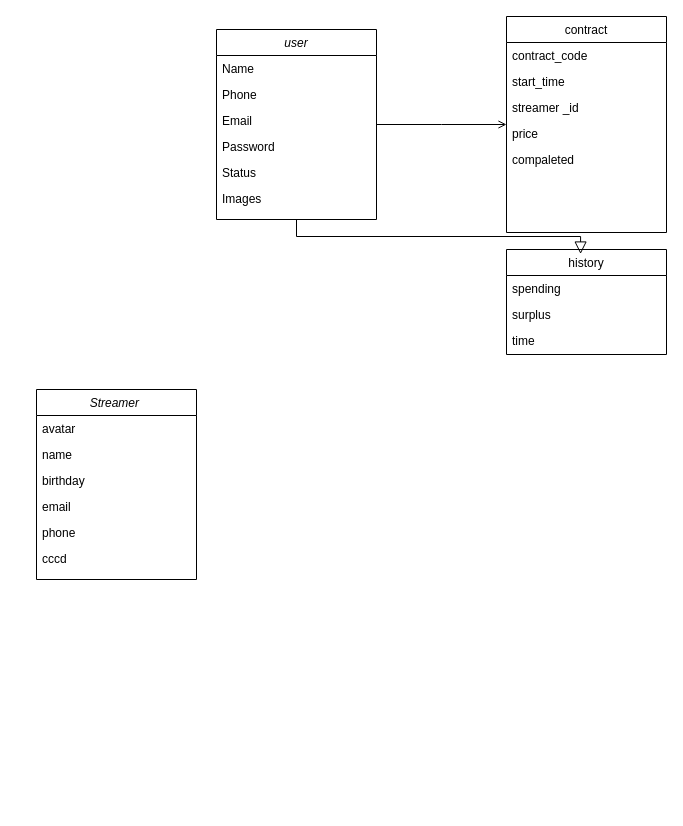
coder-nguoi-tay/admin_tien keeps this draw.io diagram as Untitled Diagram.drawio. Above is the earlier version. Source tidied: cells renumbered, new cells numbered last; positions are measured from the earlier drawing's top-left corner, leaving out a move shared by most shapes. Both pictures are drawn from the tidied source at 100%, with x=0, y=0 at pixel (36, 16).
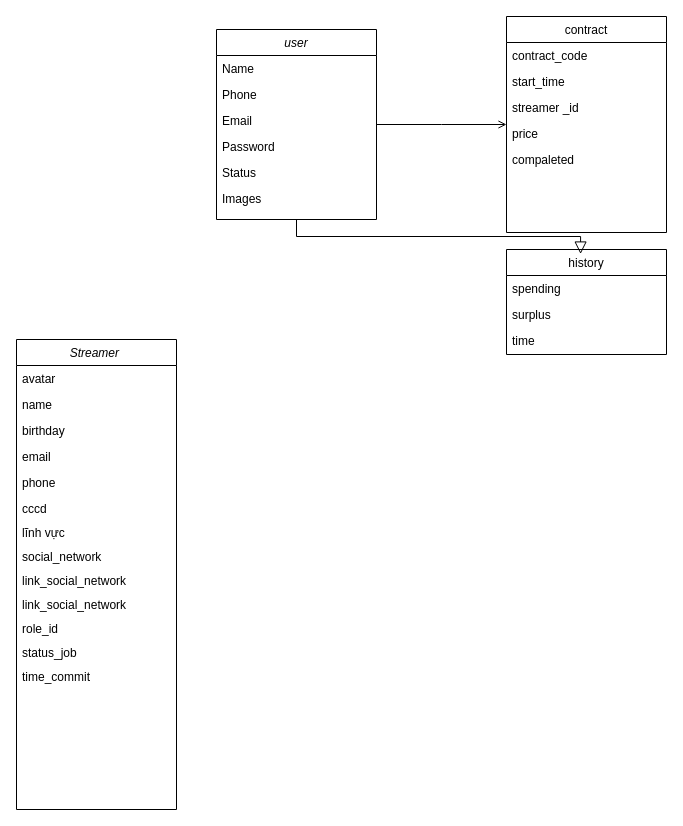
Above is the later version.

Diff of the diagram source:
```diff
@@
     <mxCell id="21" value="Streamer " style="swimlane;fontStyle=2;align=center;verticalAlign=top;horizontal=1;startSize=26;rounded=0;shadow=0;strokeWidth=1;" parent="1" vertex="1">
-      <mxGeometry y="373" width="160" height="190" as="geometry" />
+      <mxGeometry x="-20" y="323" width="160" height="470" as="geometry" />
     </mxCell>
@@
     <mxCell id="27" value="cccd" style="text;align=left;verticalAlign=top;spacingLeft=4;spacingRight=4;overflow=hidden;rounded=0;shadow=0;html=0;" parent="21" vertex="1">
-      <mxGeometry y="156" width="160" height="26" as="geometry" />
+      <mxGeometry y="156" width="160" height="24" as="geometry" />
     </mxCell>
+    <mxCell id="28" value="lĩnh vực" style="text;align=left;verticalAlign=top;spacingLeft=4;spacingRight=4;overflow=hidden;rounded=0;shadow=0;html=0;" parent="21" vertex="1">
+      <mxGeometry y="180" width="160" height="24" as="geometry" />
+    </mxCell>
+    <mxCell id="29" value="social_network" style="text;align=left;verticalAlign=top;spacingLeft=4;spacingRight=4;overflow=hidden;rounded=0;shadow=0;html=0;" parent="21" vertex="1">
+      <mxGeometry y="204" width="160" height="24" as="geometry" />
+    </mxCell>
+    <mxCell id="30" value="link_social_network" style="text;align=left;verticalAlign=top;spacingLeft=4;spacingRight=4;overflow=hidden;rounded=0;shadow=0;html=0;" parent="21" vertex="1">
+      <mxGeometry y="228" width="160" height="24" as="geometry" />
+    </mxCell>
+    <mxCell id="31" value="link_social_network" style="text;align=left;verticalAlign=top;spacingLeft=4;spacingRight=4;overflow=hidden;rounded=0;shadow=0;html=0;" parent="21" vertex="1">
+      <mxGeometry y="252" width="160" height="24" as="geometry" />
+    </mxCell>
+    <mxCell id="32" value="role_id" style="text;align=left;verticalAlign=top;spacingLeft=4;spacingRight=4;overflow=hidden;rounded=0;shadow=0;html=0;" parent="21" vertex="1">
+      <mxGeometry y="276" width="160" height="24" as="geometry" />
+    </mxCell>
+    <mxCell id="33" value="status_job" style="text;align=left;verticalAlign=top;spacingLeft=4;spacingRight=4;overflow=hidden;rounded=0;shadow=0;html=0;" parent="21" vertex="1">
+      <mxGeometry y="300" width="160" height="24" as="geometry" />
+    </mxCell>
+    <mxCell id="34" value="time_commit" style="text;align=left;verticalAlign=top;spacingLeft=4;spacingRight=4;overflow=hidden;rounded=0;shadow=0;html=0;" parent="21" vertex="1">
+      <mxGeometry y="324" width="160" height="24" as="geometry" />
+    </mxCell>
```
